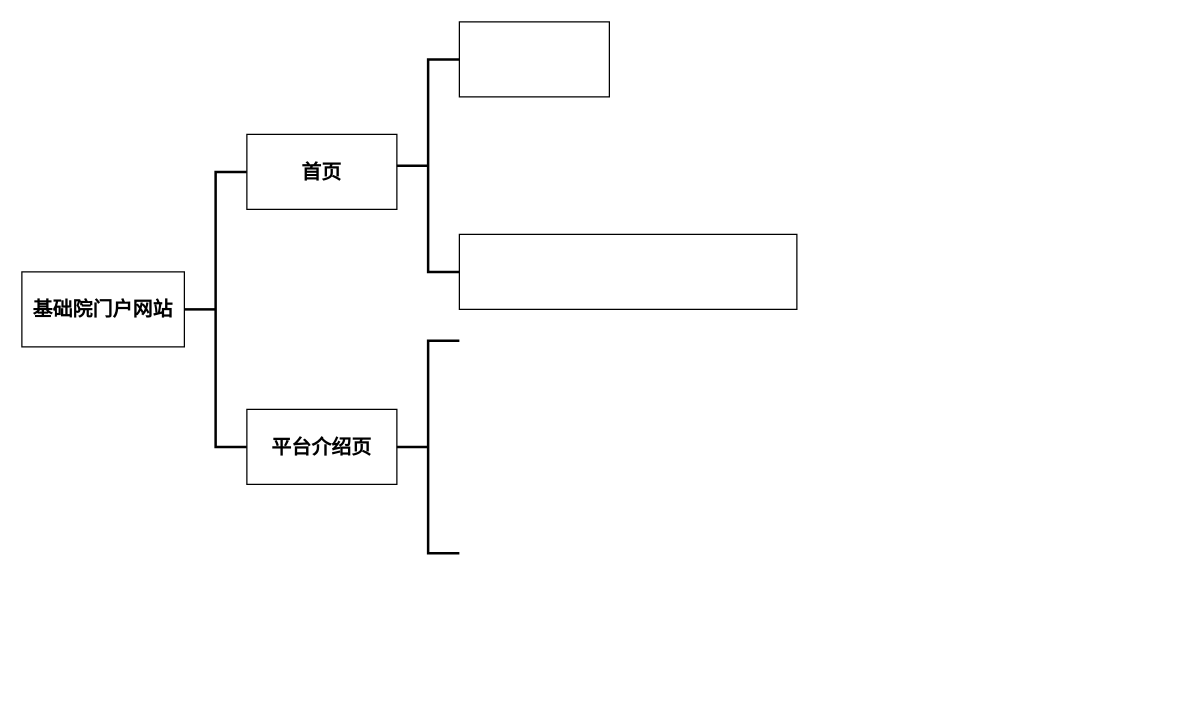
Above: 未命名绘图.drawio in okra10061/remote-test (draw.io), before the change. Source tidied: cells renumbered, new cells numbered last; positions are measured from the earlier drawing's top-left corner, leaving out a move shared by most shapes. Both pictures are drawn from the tidied source at 125%, with x=0, y=0 at pixel (21, 21).
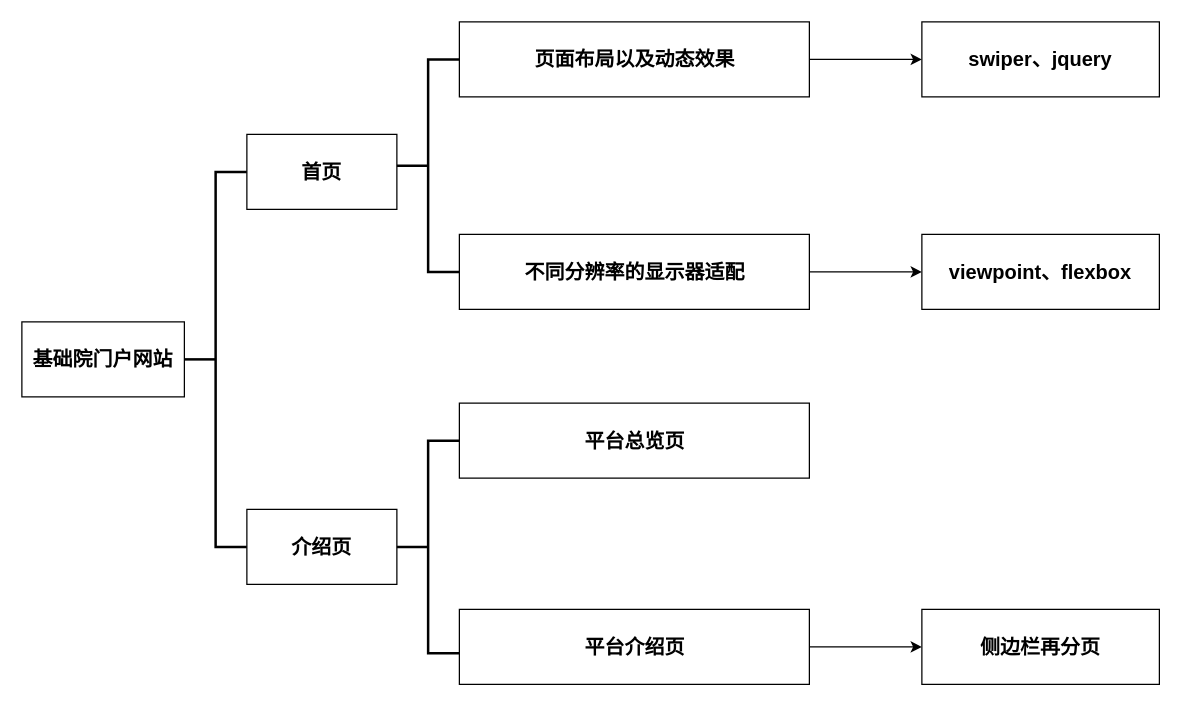
After the change.

Commit message (it also covers changes not shown here):
更新未命名绘图.drawio

What changed in the source:
```diff
@@
 <mxGraphModel>
   <root>
     <mxCell id="0" />
     <mxCell id="1" parent="0" />
     <mxCell id="2" value="基础院门户网站" style="rounded=0;whiteSpace=wrap;html=1;fontStyle=1;fontSize=16;" parent="1" vertex="1">
-      <mxGeometry y="200" width="130" height="60" as="geometry" />
+      <mxGeometry y="240" width="130" height="60" as="geometry" />
     </mxCell>
     <mxCell id="3" style="strokeWidth=2;html=1;shape=mxgraph.flowchart.annotation_2;align=left;labelPosition=right;" parent="1" vertex="1">
-      <mxGeometry x="130" y="120" width="50" height="220" as="geometry" />
+      <mxGeometry x="130" y="120" width="50" height="300" as="geometry" />
     </mxCell>
     <mxCell id="4" value="首页" style="rounded=0;whiteSpace=wrap;html=1;fontSize=16;fontStyle=1;" parent="1" vertex="1">
       <mxGeometry x="180" y="90" width="120" height="60" as="geometry" />
     </mxCell>
-    <mxCell id="5" value="平台介绍页" style="rounded=0;whiteSpace=wrap;html=1;fontStyle=1;fontSize=16;" parent="1" vertex="1">
-      <mxGeometry x="180" y="310" width="120" height="60" as="geometry" />
+    <mxCell id="5" value="介绍页" style="rounded=0;whiteSpace=wrap;html=1;fontStyle=1;fontSize=16;" parent="1" vertex="1">
+      <mxGeometry x="180" y="390" width="120" height="60" as="geometry" />
     </mxCell>
     <mxCell id="6" style="strokeWidth=2;html=1;shape=mxgraph.flowchart.annotation_2;align=left;labelPosition=right;" parent="1" vertex="1">
       <mxGeometry x="300" y="30" width="50" height="170" as="geometry" />
     </mxCell>
     <mxCell id="7" style="strokeWidth=2;html=1;shape=mxgraph.flowchart.annotation_2;align=left;labelPosition=right;" parent="1" vertex="1">
-      <mxGeometry x="300" y="255" width="50" height="170" as="geometry" />
+      <mxGeometry x="300" y="335" width="50" height="170" as="geometry" />
     </mxCell>
+    <mxCell id="10" style="edgeStyle=orthogonalEdgeStyle;rounded=0;jettySize=auto;html=1;" parent="1" edge="1" source="8" target="16">
+      <mxGeometry relative="1" as="geometry" />
+    </mxCell>
-    <mxCell id="8" style="verticalLabelPosition=bottom;verticalAlign=top;html=1;shape=mxgraph.basic.rect;fillColor2=none;strokeWidth=1;size=20;indent=5;" parent="1" vertex="1">
-      <mxGeometry x="350" y="170" width="270" height="60" as="geometry" />
+    <mxCell id="8" value="不同分辨率的显示器适配" style="verticalLabelPosition=middle;verticalAlign=middle;html=1;shape=mxgraph.basic.rect;fillColor2=none;strokeWidth=1;size=20;indent=5;labelPosition=center;align=center;fontSize=16;fontStyle=1;" parent="1" vertex="1">
+      <mxGeometry x="350" y="170" width="280" height="60" as="geometry" />
     </mxCell>
+    <mxCell id="11" style="edgeStyle=orthogonalEdgeStyle;rounded=0;jettySize=auto;html=1;" parent="1" edge="1" source="9" target="15">
+      <mxGeometry relative="1" as="geometry" />
+    </mxCell>
-    <mxCell id="9" style="verticalLabelPosition=bottom;verticalAlign=top;html=1;shape=mxgraph.basic.rect;fillColor2=none;strokeWidth=1;size=20;indent=5;" parent="1" vertex="1">
-      <mxGeometry x="350" width="120" height="60" as="geometry" />
+    <mxCell id="9" value="页面布局以及动态效果" style="verticalLabelPosition=middle;verticalAlign=middle;html=1;shape=mxgraph.basic.rect;fillColor2=none;strokeWidth=1;size=20;indent=5;labelPosition=center;align=center;fontSize=16;fontStyle=1;" parent="1" vertex="1">
+      <mxGeometry x="350" width="280" height="60" as="geometry" />
     </mxCell>
+    <mxCell id="12" value="平台总览页" style="verticalLabelPosition=middle;verticalAlign=middle;html=1;shape=mxgraph.basic.rect;fillColor2=none;strokeWidth=1;size=20;indent=5;labelPosition=center;align=center;fontSize=16;fontStyle=1;" parent="1" vertex="1">
+      <mxGeometry x="350" y="305" width="280" height="60" as="geometry" />
+    </mxCell>
+    <mxCell id="13" style="edgeStyle=orthogonalEdgeStyle;rounded=0;jettySize=auto;html=1;" parent="1" edge="1" source="14" target="17">
+      <mxGeometry relative="1" as="geometry" />
+    </mxCell>
+    <mxCell id="14" value="平台介绍页" style="verticalLabelPosition=middle;verticalAlign=middle;html=1;shape=mxgraph.basic.rect;fillColor2=none;strokeWidth=1;size=20;indent=5;fontSize=16;labelPosition=center;align=center;fontStyle=1;" parent="1" vertex="1">
+      <mxGeometry x="350" y="470" width="280" height="60" as="geometry" />
+    </mxCell>
+    <mxCell id="15" value="swiper、jquery" style="whiteSpace=wrap;html=1;fontSize=16;strokeWidth=1;fontStyle=1;" parent="1" vertex="1">
+      <mxGeometry x="720" width="190" height="60" as="geometry" />
+    </mxCell>
+    <mxCell id="16" value="viewpoint、flexbox" style="whiteSpace=wrap;html=1;fontSize=16;strokeWidth=1;fontStyle=1;" parent="1" vertex="1">
+      <mxGeometry x="720" y="170" width="190" height="60" as="geometry" />
+    </mxCell>
+    <mxCell id="17" value="侧边栏再分页" style="whiteSpace=wrap;html=1;fontSize=16;strokeWidth=1;fontStyle=1;" parent="1" vertex="1">
+      <mxGeometry x="720" y="470" width="190" height="60" as="geometry" />
+    </mxCell>
   </root>
 </mxGraphModel>
```
